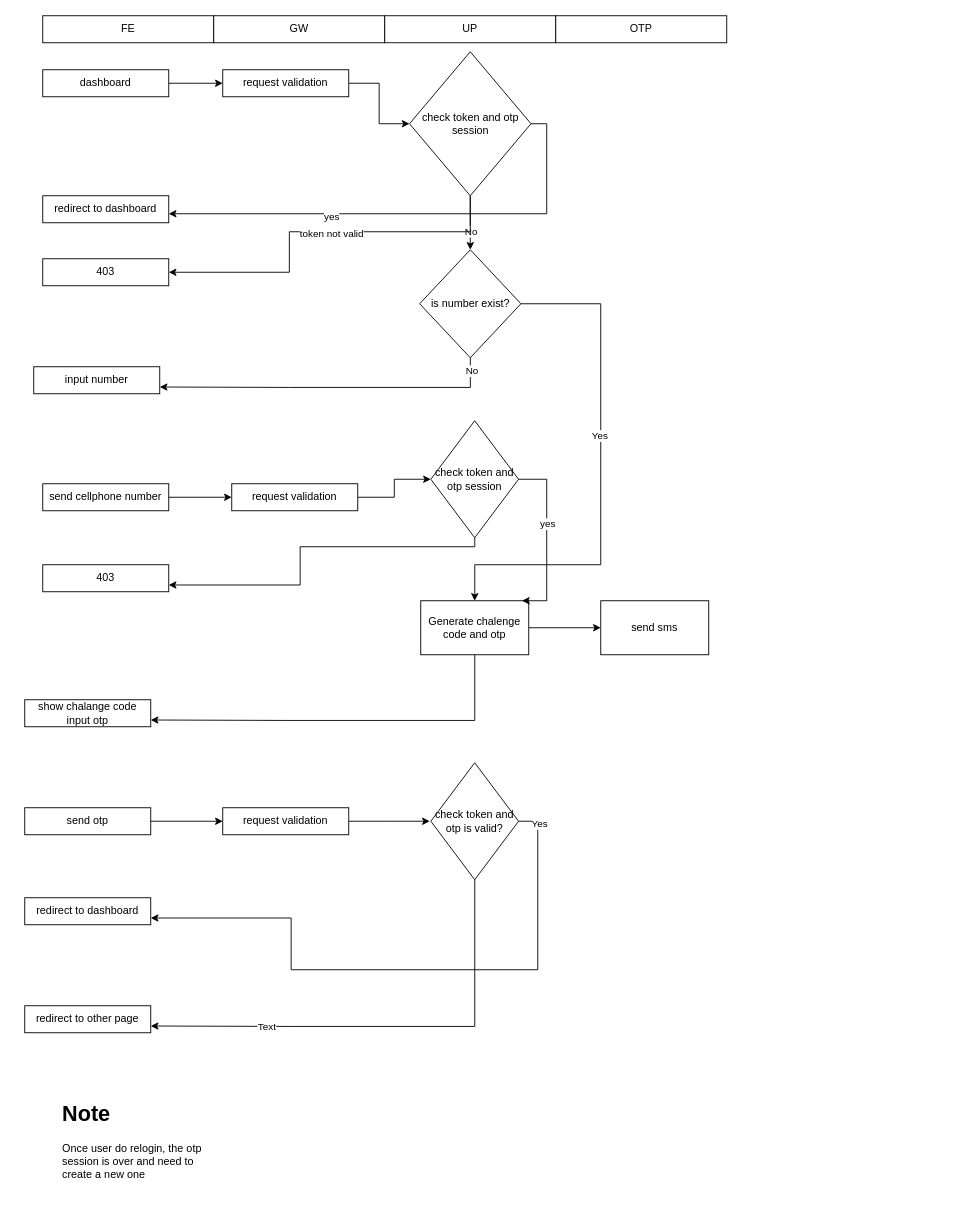
Above: otp.drawio in mohamadjaelani/notes (draw.io), before the change. Source tidied: cells renumbered, new cells numbered last; positions are measured from the earlier drawing's top-left corner, leaving out a move shared by most shapes. Both pictures are drawn from the tidied source at 90%, with x=0, y=0 at pixel (24, 15).
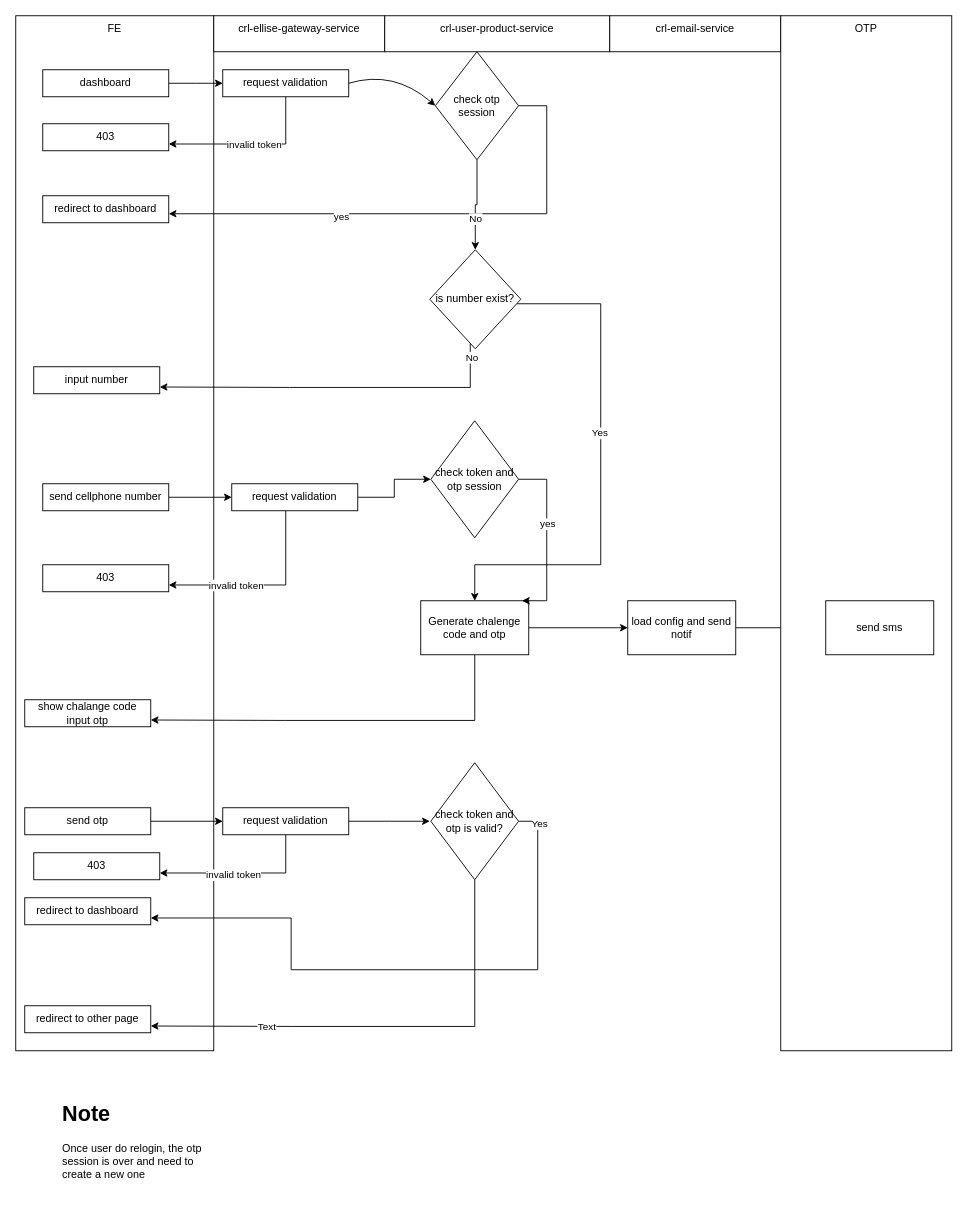
The same page after the edit.

The change refers to these unchanged cells:
```xml
<mxCell id="10" value="request validation" style="rounded=0;whiteSpace=wrap;html=1;verticalAlign=middle;" parent="1" vertex="1">
  <mxGeometry x="220" y="60" width="140" height="30" as="geometry" />
</mxCell>
<mxCell id="18" value="redirect to dashboard" style="rounded=0;whiteSpace=wrap;html=1;verticalAlign=middle;" parent="1" vertex="1">
  <mxGeometry x="20" y="200" width="140" height="30" as="geometry" />
</mxCell>
<mxCell id="31" value="request validation" style="rounded=0;whiteSpace=wrap;html=1;verticalAlign=middle;" parent="1" vertex="1">
  <mxGeometry x="230" y="520" width="140" height="30" as="geometry" />
</mxCell>
<mxCell id="35" value="check token and otp session" style="rhombus;whiteSpace=wrap;html=1;" parent="1" vertex="1">
  <mxGeometry x="451.2" y="450" width="97.5" height="130" as="geometry" />
</mxCell>
<mxCell id="38" value="403" style="rounded=0;whiteSpace=wrap;html=1;verticalAlign=middle;" parent="1" vertex="1">
  <mxGeometry x="20" y="610" width="140" height="30" as="geometry" />
</mxCell>
<mxCell id="41" value="request validation" style="rounded=0;whiteSpace=wrap;html=1;verticalAlign=middle;" parent="1" vertex="1">
  <mxGeometry x="220" y="880" width="140" height="30" as="geometry" />
</mxCell>
```

Diff of the diagram source:
```diff
@@
-    <mxCell id="2" value="FE" style="rounded=0;whiteSpace=wrap;html=1;verticalAlign=middle;" parent="1" vertex="1">
-      <mxGeometry x="20" width="190" height="30" as="geometry" />
+    <mxCell id="2" value="FE" style="rounded=0;whiteSpace=wrap;html=1;verticalAlign=top;" parent="1" vertex="1">
+      <mxGeometry x="-10" width="220" height="1150" as="geometry" />
     </mxCell>
-    <mxCell id="3" value="GW" style="rounded=0;whiteSpace=wrap;html=1;verticalAlign=middle;" parent="1" vertex="1">
-      <mxGeometry x="210" width="190" height="30" as="geometry" />
+    <mxCell id="3" value="crl-ellise-gateway-service" style="rounded=0;whiteSpace=wrap;html=1;verticalAlign=top;" parent="1" vertex="1">
+      <mxGeometry x="210" width="190" height="40" as="geometry" />
     </mxCell>
-    <mxCell id="4" value="UP" style="rounded=0;whiteSpace=wrap;html=1;verticalAlign=middle;" parent="1" vertex="1">
-      <mxGeometry x="400" width="190" height="30" as="geometry" />
+    <mxCell id="4" value="crl-user-product-service" style="rounded=0;whiteSpace=wrap;html=1;verticalAlign=top;" parent="1" vertex="1">
+      <mxGeometry x="400" width="250" height="40" as="geometry" />
     </mxCell>
-    <mxCell id="5" value="OTP" style="rounded=0;whiteSpace=wrap;html=1;verticalAlign=middle;" parent="1" vertex="1">
-      <mxGeometry x="590" width="190" height="30" as="geometry" />
+    <mxCell id="5" value="crl-email-service" style="rounded=0;whiteSpace=wrap;html=1;verticalAlign=top;" parent="1" vertex="1">
+      <mxGeometry x="650" width="190" height="40" as="geometry" />
     </mxCell>
@@
-    <mxCell id="9" style="edgeStyle=orthogonalEdgeStyle;rounded=0;jettySize=auto;html=1;entryX=0;entryY=0.5;entryDx=0;entryDy=0;" parent="1" edge="1" source="10" target="17">
-      <mxGeometry relative="1" as="geometry" />
-    </mxCell>
+    <mxCell id="52" style="edgeStyle=orthogonalEdgeStyle;rounded=0;jettySize=auto;html=1;entryX=1;entryY=0.75;entryDx=0;entryDy=0;" parent="1" edge="1" source="10" target="61">
+      <mxGeometry relative="1" as="geometry">
+        <Array as="points">
+          <mxPoint x="290" y="143" />
+        </Array>
+      </mxGeometry>
+    </mxCell>
+    <mxCell id="53" value="invalid token" style="edgeLabel;html=1;align=center;verticalAlign=middle;" parent="52" vertex="1">
+      <mxGeometry x="-0.04" relative="1" as="geometry" />
+    </mxCell>
@@
-    <mxCell id="11" style="edgeStyle=orthogonalEdgeStyle;rounded=0;jettySize=auto;html=1;" parent="1" edge="1" source="17" target="18">
+    <mxCell id="11" style="edgeStyle=orthogonalEdgeStyle;rounded=0;jettySize=auto;html=1;exitX=1;exitY=0.5;exitDx=0;exitDy=0;" parent="1" edge="1" source="17" target="18">
       <mxGeometry relative="1" as="geometry">
         <Array as="points">
-          <mxPoint x="580" y="120" />
+          <mxPoint x="580" y="100" />
           <mxPoint x="580" y="220" />
         </Array>
       </mxGeometry>
     </mxCell>
@@
-    <mxCell id="15" style="edgeStyle=orthogonalEdgeStyle;rounded=0;jettySize=auto;html=1;entryX=1;entryY=0.5;entryDx=0;entryDy=0;" parent="1" edge="1" source="17" target="39">
-      <mxGeometry relative="1" as="geometry">
-        <Array as="points">
-          <mxPoint x="495" y="240" />
-          <mxPoint x="294" y="240" />
-          <mxPoint x="294" y="285" />
-        </Array>
-      </mxGeometry>
-    </mxCell>
-    <mxCell id="16" value="token not valid" style="edgeLabel;html=1;align=center;verticalAlign=middle;" parent="15" vertex="1">
-      <mxGeometry x="-0.07" y="1" relative="1" as="geometry" />
-    </mxCell>
-    <mxCell id="17" value="check token and otp session" style="rhombus;whiteSpace=wrap;html=1;" parent="1" vertex="1">
-      <mxGeometry x="427.5" y="40" width="135" height="160" as="geometry" />
+    <mxCell id="17" value="check otp session" style="rhombus;whiteSpace=wrap;html=1;" parent="1" vertex="1">
+      <mxGeometry x="456.2" y="40" width="92.5" height="120" as="geometry" />
     </mxCell>
@@
     <mxCell id="23" value="is number exist?" style="rhombus;whiteSpace=wrap;html=1;" parent="1" vertex="1">
-      <mxGeometry x="438.8" y="260" width="112.5" height="120" as="geometry" />
+      <mxGeometry x="450" y="260" width="101.2" height="110" as="geometry" />
     </mxCell>
@@
+    <mxCell id="54" style="edgeStyle=orthogonalEdgeStyle;rounded=0;jettySize=auto;html=1;" parent="1" edge="1" source="29" target="60">
+      <mxGeometry relative="1" as="geometry" />
+    </mxCell>
-    <mxCell id="29" value="send sms" style="rounded=0;whiteSpace=wrap;html=1;" parent="1" vertex="1">
-      <mxGeometry x="640" y="650" width="120" height="60" as="geometry" />
+    <mxCell id="29" value="load config and send notif" style="rounded=0;whiteSpace=wrap;html=1;" parent="1" vertex="1">
+      <mxGeometry x="670" y="650" width="120" height="60" as="geometry" />
     </mxCell>
@@
+    <mxCell id="55" style="edgeStyle=orthogonalEdgeStyle;rounded=0;jettySize=auto;html=1;entryX=1;entryY=0.75;entryDx=0;entryDy=0;" parent="1" edge="1" source="31" target="38">
+      <mxGeometry relative="1" as="geometry">
+        <Array as="points">
+          <mxPoint x="290" y="633" />
+        </Array>
+      </mxGeometry>
+    </mxCell>
+    <mxCell id="56" value="invalid token" style="edgeLabel;html=1;align=center;verticalAlign=middle;" parent="55" vertex="1">
+      <mxGeometry x="0.3" relative="1" as="geometry" />
+    </mxCell>
@@
-    <mxCell id="34" style="edgeStyle=orthogonalEdgeStyle;rounded=0;jettySize=auto;html=1;entryX=1;entryY=0.75;entryDx=0;entryDy=0;" parent="1" edge="1" source="35" target="38">
-      <mxGeometry relative="1" as="geometry">
-        <Array as="points">
-          <mxPoint x="500" y="590" />
-          <mxPoint x="306" y="590" />
-          <mxPoint x="306" y="633" />
-        </Array>
-      </mxGeometry>
-    </mxCell>
@@
-    <mxCell id="39" value="403" style="rounded=0;whiteSpace=wrap;html=1;verticalAlign=middle;" parent="1" vertex="1">
-      <mxGeometry x="20" y="270" width="140" height="30" as="geometry" />
-    </mxCell>
@@
+    <mxCell id="57" style="edgeStyle=orthogonalEdgeStyle;rounded=0;jettySize=auto;html=1;entryX=1;entryY=0.75;entryDx=0;entryDy=0;" parent="1" edge="1" source="41" target="62">
+      <mxGeometry relative="1" as="geometry">
+        <Array as="points">
+          <mxPoint x="290" y="953" />
+        </Array>
+      </mxGeometry>
+    </mxCell>
+    <mxCell id="58" value="invalid token" style="edgeLabel;html=1;align=center;verticalAlign=middle;" parent="57" vertex="1">
+      <mxGeometry x="0.12" y="2" relative="1" as="geometry">
+        <mxPoint x="1" as="offset" />
+      </mxGeometry>
+    </mxCell>
@@
+    <mxCell id="59" value="OTP" style="rounded=0;whiteSpace=wrap;html=1;verticalAlign=top;" parent="1" vertex="1">
+      <mxGeometry x="840" width="190" height="1150" as="geometry" />
+    </mxCell>
+    <mxCell id="60" value="send sms" style="rounded=0;whiteSpace=wrap;html=1;" parent="1" vertex="1">
+      <mxGeometry x="890" y="650" width="120" height="60" as="geometry" />
+    </mxCell>
+    <mxCell id="61" value="403" style="rounded=0;whiteSpace=wrap;html=1;verticalAlign=middle;" parent="1" vertex="1">
+      <mxGeometry x="20" y="120" width="140" height="30" as="geometry" />
+    </mxCell>
+    <mxCell id="62" value="403" style="rounded=0;whiteSpace=wrap;html=1;verticalAlign=middle;" parent="1" vertex="1">
+      <mxGeometry x="10" y="930" width="140" height="30" as="geometry" />
+    </mxCell>
+    <mxCell id="9" style="curved=1;endArrow=classic;html=1;rounded=0;exitX=1;exitY=0.5;exitDx=0;exitDy=0;entryX=0;entryY=0.5;entryDx=0;entryDy=0;" parent="1" edge="1" source="10" target="17">
+      <mxGeometry relative="1" as="geometry">
+        <Array as="points">
+          <mxPoint x="410" y="60" />
+        </Array>
+      </mxGeometry>
+    </mxCell>
```
